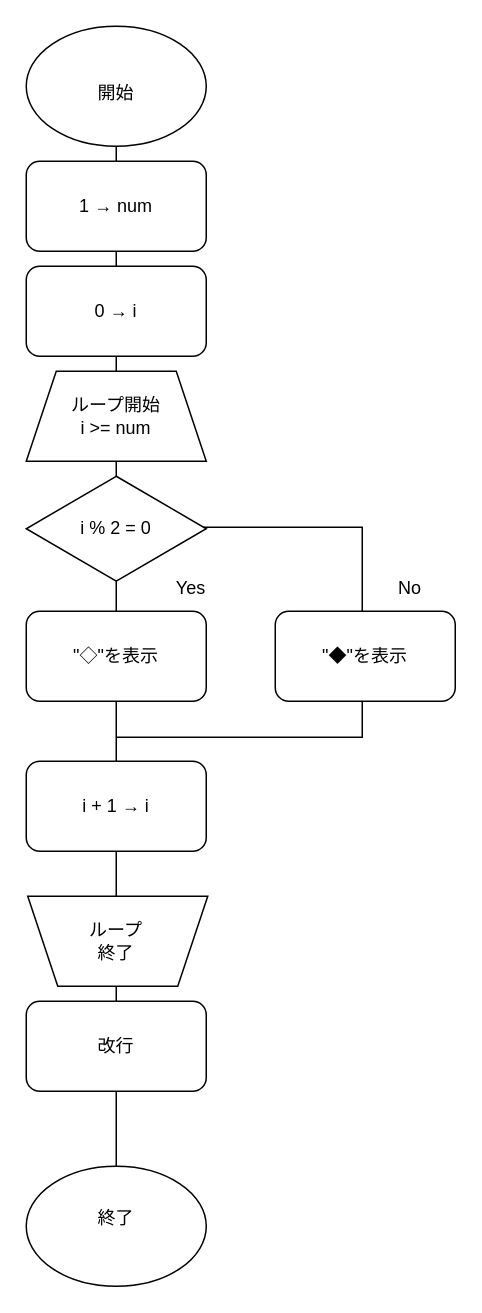
Above: 006_lesson.dio in ConniConni/algorithm-in-python (draw.io), before the change. Source tidied: cells renumbered, new cells numbered last; positions are measured from the earlier drawing's top-left corner, leaving out a move shared by most shapes. Both pictures are drawn from the tidied source at 150%, with x=0, y=0 at pixel (26, 26).
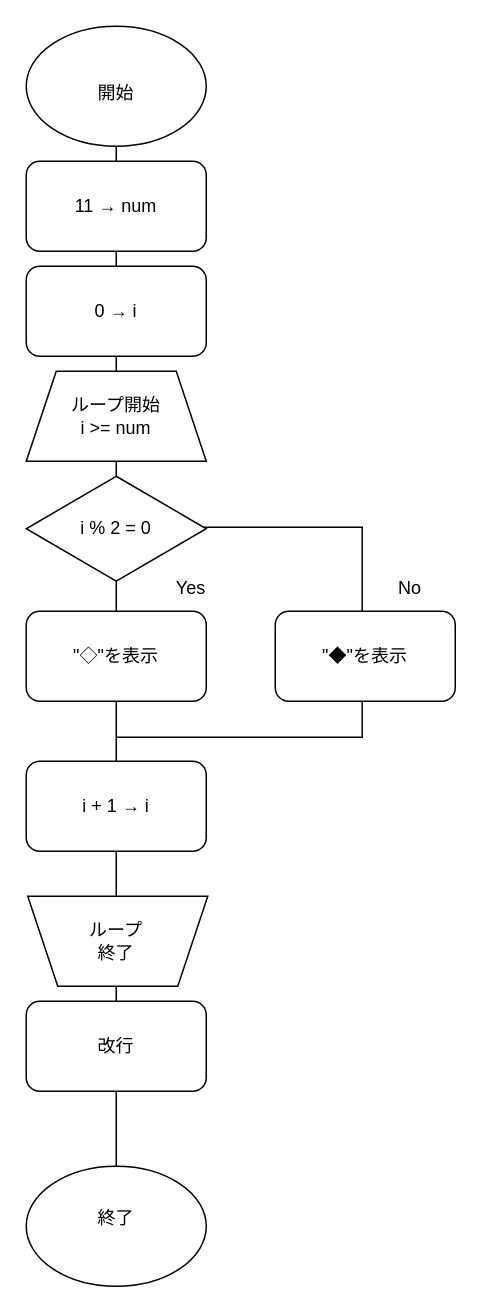
The same page after the edit.

The edit, as a diff of the source:
```diff
@@
-    <mxCell id="9" value="1 → num" style="rounded=1;whiteSpace=wrap;html=1;" parent="1" vertex="1">
+    <mxCell id="9" value="11 → num" style="rounded=1;whiteSpace=wrap;html=1;" parent="1" vertex="1">
       <mxGeometry y="90" width="120" height="60" as="geometry" />
     </mxCell>
```
